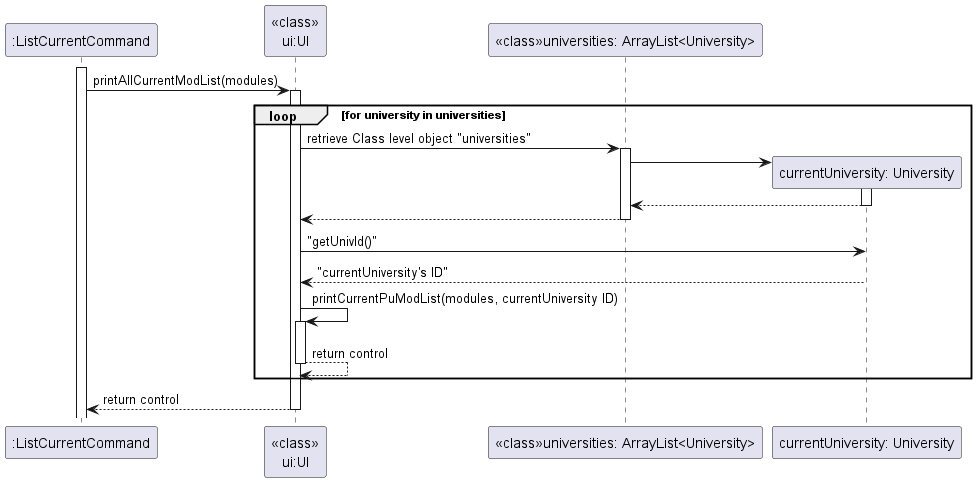
Above: docs/diagrams/Commands/ListCurrentCommandSequenceDiagram.png in nus-cs2113-AY2223S2/tp (PlantUML), before the change.
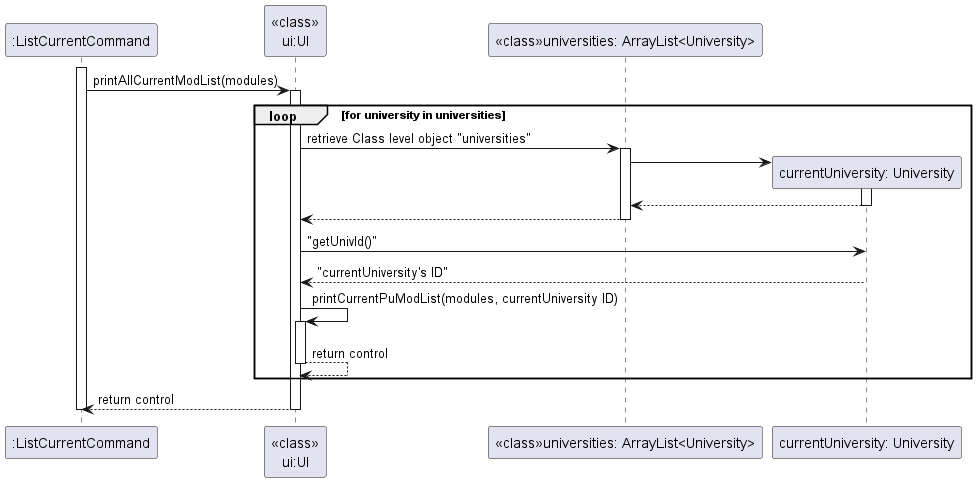
After the change.

Commit message:
Update Sequence Diagram for command, fix activation bar cutting off at the end

Diff of the diagram source:
```diff
@@ -30,5 +30,5 @@
 
 "<<class>>\nui:UI" --> ":ListCurrentCommand" : return control
 deactivate "<<class>>\nui:UI"
-
+deactivate ":ListCurrentCommand"
 @enduml
```
